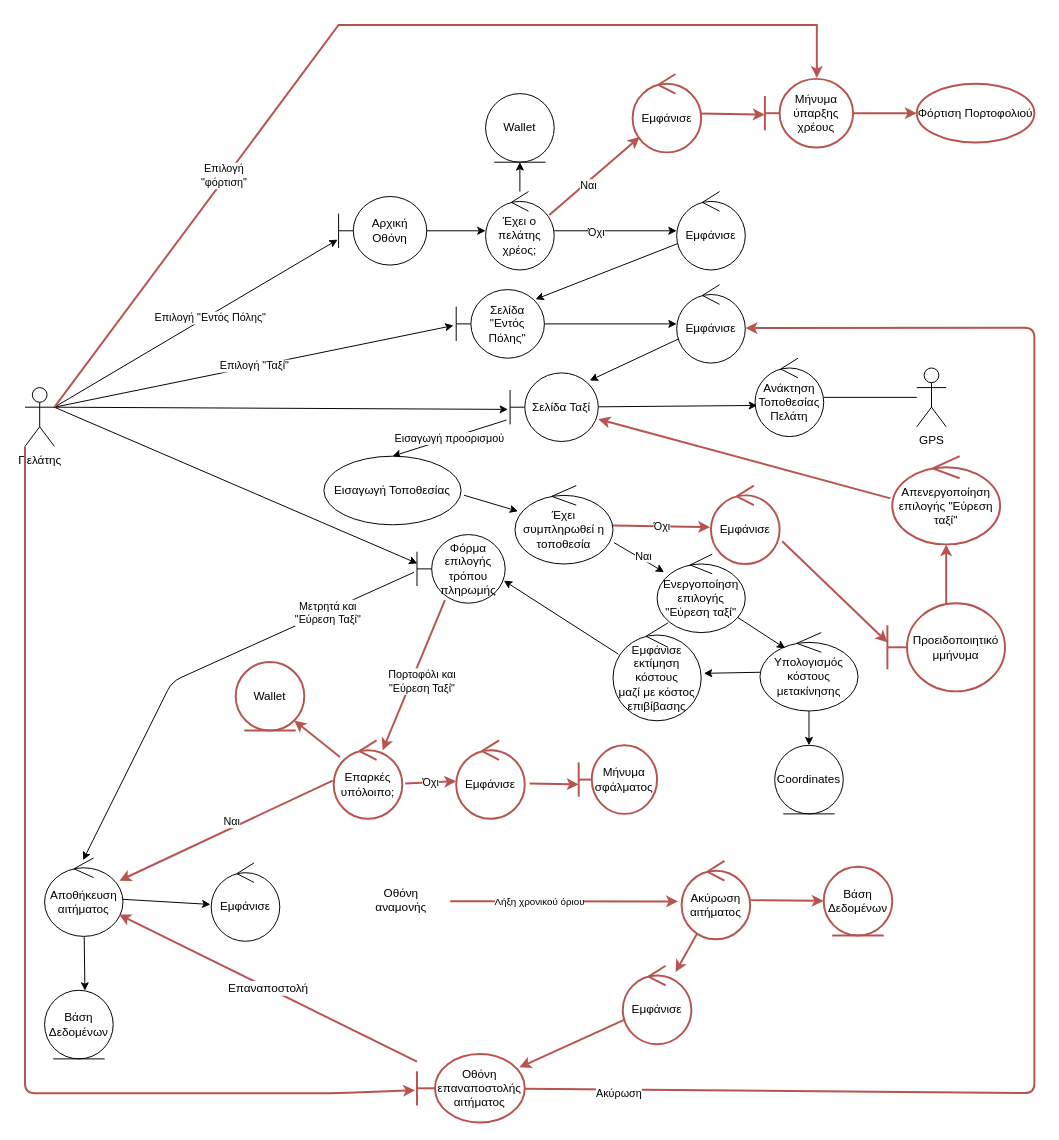
This is Part_2/Robustness/diagrams/07_Επιλογή_Τάξι.drawio from Nikolis2002/texnoligia_logismikou, a draw.io file, before an edit. Source tidied: cells renumbered, new cells numbered last; positions are measured from the earlier drawing's top-left corner, leaving out a move shared by most shapes. Both pictures are drawn from the tidied source at 98%, with x=0, y=0 at pixel (24, 24).
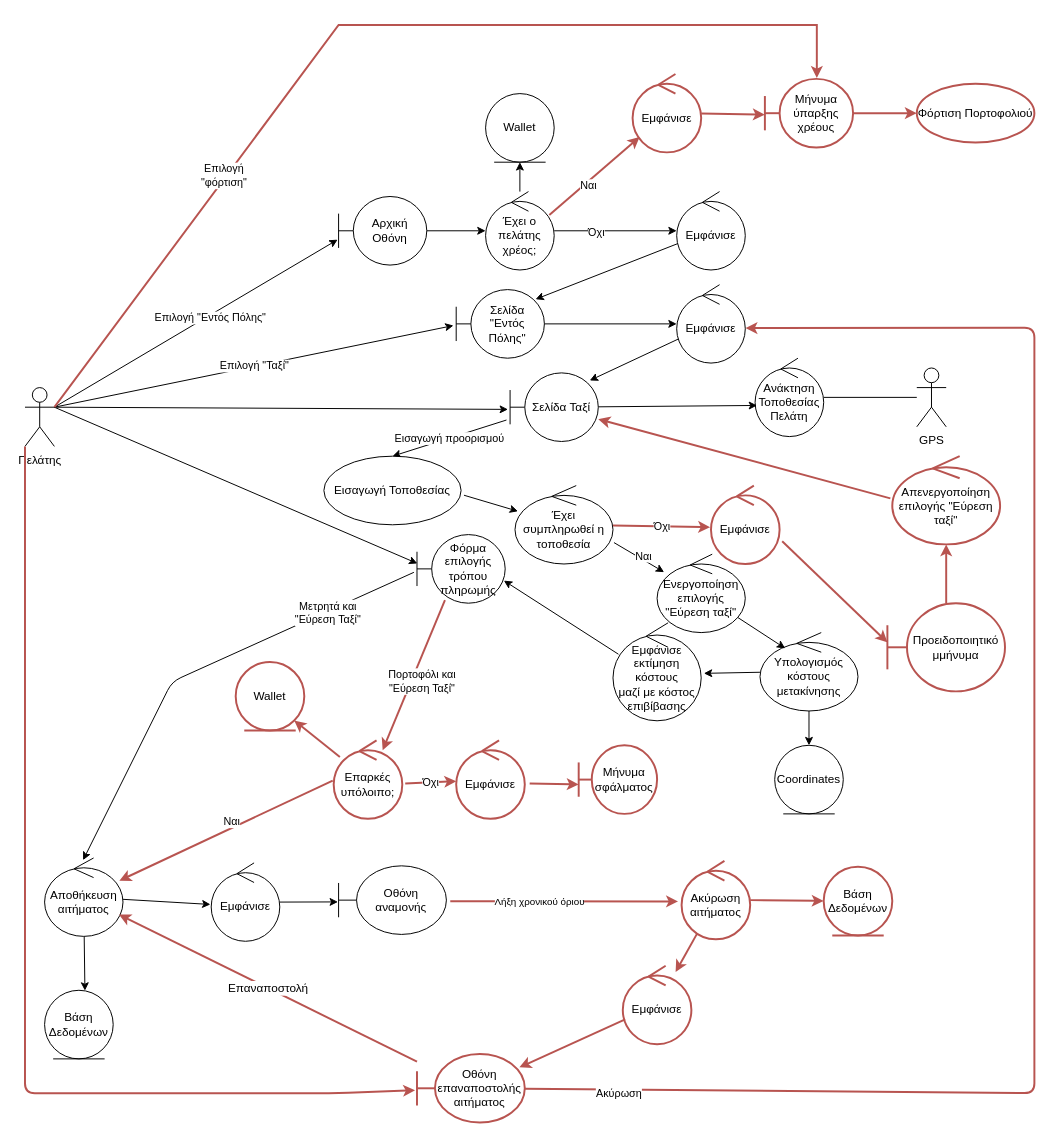
The same page after the edit.

The change refers to these unchanged cells:
```xml
<mxCell id="45" value="Εμφάνισε" style="ellipse;shape=umlControl;whiteSpace=wrap;html=1;" parent="1" vertex="1">
  <mxGeometry x="190" y="855" width="70" height="80" as="geometry" />
</mxCell>
```

Diff of the diagram source:
```diff
@@
-    <mxCell id="44" style="edgeStyle=none;html=1;strokeColor=#FFFFFF;strokeWidth=1;fontSize=10;entryX=-0.006;entryY=0.526;entryDx=0;entryDy=0;entryPerimeter=0;" parent="1" edge="1" source="45" target="69">
+    <mxCell id="44" style="edgeStyle=none;html=1;strokeColor=default;strokeWidth=1;fontSize=12;entryX=-0.006;entryY=0.526;entryDx=0;entryDy=0;entryPerimeter=0;fillColor=default;" parent="1" edge="1" source="45" target="69">
       <mxGeometry relative="1" as="geometry" />
     </mxCell>
@@
-    <mxCell id="69" value="Οθόνη αναμονής" style="shape=umlBoundary;whiteSpace=wrap;html=1;fillColor=none;strokeColor=#FFFFFF;" parent="1" vertex="1">
+    <mxCell id="69" value="Οθόνη αναμονής" style="shape=umlBoundary;whiteSpace=wrap;html=1;fillColor=default;strokeColor=default;" parent="1" vertex="1">
       <mxGeometry x="320" y="858" width="110" height="70" as="geometry" />
     </mxCell>
```
